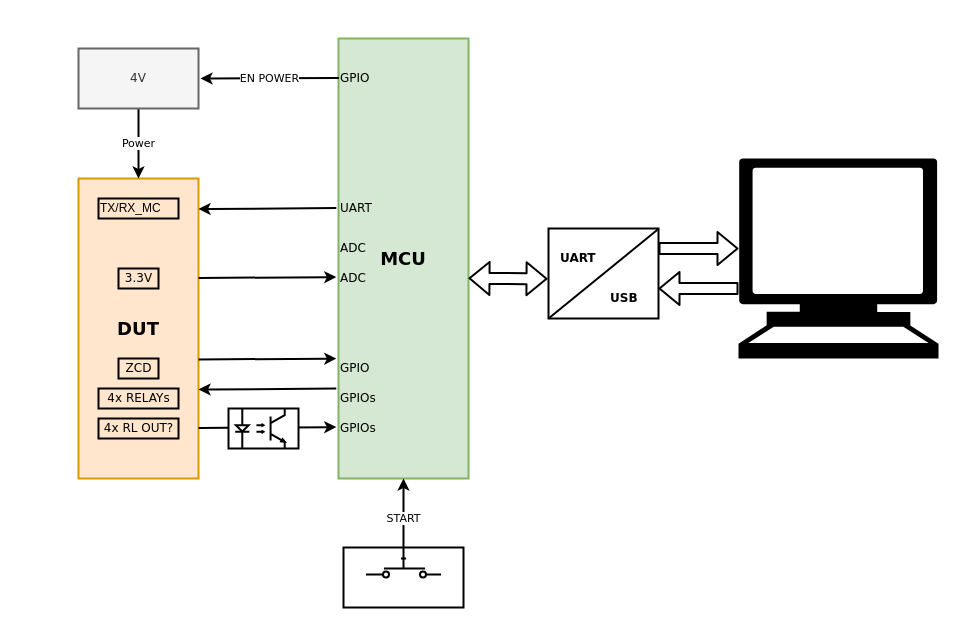
anhvanthe/01_my_drawio keeps this draw.io diagram as Copy of Detail of HW auto test tool.drawio. Above is the earlier version. Source tidied: cells renumbered, new cells numbered last; positions are measured from the earlier drawing's top-left corner, leaving out a move shared by most shapes. Both pictures are drawn from the tidied source at 100%, with x=0, y=0 at pixel (78, 38).
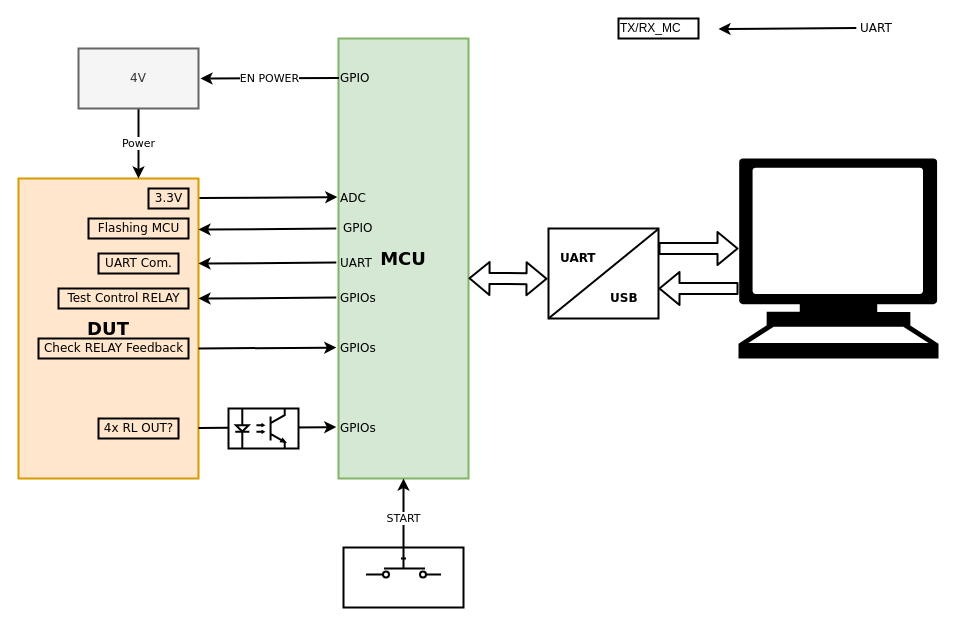
Above is the later version.

The edit, as a diff of the source:
```diff
@@
     <mxCell id="5" value="&lt;font style=&quot;font-size: 18px&quot;&gt;&lt;b&gt;DUT&lt;/b&gt;&lt;/font&gt;" style="rounded=0;whiteSpace=wrap;html=1;fillColor=#ffe6cc;strokeColor=#d79b00;fontFamily=Verdana;strokeWidth=2;" parent="1" vertex="1">
-      <mxGeometry y="140" width="120" height="300" as="geometry" />
+      <mxGeometry x="-60" y="140" width="180" height="300" as="geometry" />
     </mxCell>
     <mxCell id="6" value="UART" style="text;html=1;align=left;verticalAlign=top;spacingTop=-4;fontFamily=Verdana;strokeWidth=2;" parent="1" vertex="1">
-      <mxGeometry x="260" y="160" width="50" height="20" as="geometry" />
+      <mxGeometry x="780" y="-20" width="50" height="20" as="geometry" />
     </mxCell>
     <mxCell id="7" value="ADC" style="text;html=1;align=left;verticalAlign=top;spacingTop=-4;fontFamily=Verdana;strokeWidth=2;" parent="1" vertex="1">
-      <mxGeometry x="260" y="200" width="40" height="20" as="geometry" />
+      <mxGeometry x="260" y="150" width="40" height="20" as="geometry" />
     </mxCell>
     <mxCell id="8" value="3.3V" style="text;html=1;align=center;verticalAlign=top;spacingTop=-4;rounded=0;fillColor=none;strokeColor=#000000;fontFamily=Verdana;strokeWidth=2;" parent="1" vertex="1">
-      <mxGeometry x="40" y="230" width="40" height="20" as="geometry" />
+      <mxGeometry x="70" y="150" width="40" height="20" as="geometry" />
     </mxCell>
     <mxCell id="9" style="endArrow=classic;html=1;entryX=-0.018;entryY=0.342;entryDx=0;entryDy=0;entryPerimeter=0;fontFamily=Verdana;strokeWidth=2;" parent="1" edge="1">
       <mxGeometry relative="1" as="geometry">
-        <mxPoint x="120" y="239.5" as="sourcePoint" />
-        <mxPoint x="257.8" y="238.6" as="targetPoint" />
+        <mxPoint x="121" y="159.5" as="sourcePoint" />
+        <mxPoint x="258.8" y="158.6" as="targetPoint" />
       </mxGeometry>
     </mxCell>
-    <mxCell id="10" value="ADC" style="text;html=1;align=left;verticalAlign=top;spacingTop=-4;fontFamily=Verdana;strokeWidth=2;" parent="1" vertex="1">
-      <mxGeometry x="260" y="230" width="40" height="20" as="geometry" />
-    </mxCell>
-    <mxCell id="11" value="ZCD" style="text;html=1;align=center;verticalAlign=top;spacingTop=-4;rounded=0;fillColor=none;strokeColor=#000000;fontFamily=Verdana;strokeWidth=2;" parent="1" vertex="1">
-      <mxGeometry x="40" y="320" width="40" height="20" as="geometry" />
+    <mxCell id="11" value="Flashing MCU" style="text;html=1;align=center;verticalAlign=top;spacingTop=-4;rounded=0;fillColor=none;strokeColor=#000000;fontFamily=Verdana;strokeWidth=2;" parent="1" vertex="1">
+      <mxGeometry x="10" y="180" width="100" height="20" as="geometry" />
     </mxCell>
     <mxCell id="12" style="endArrow=classic;html=1;entryX=-0.018;entryY=0.342;entryDx=0;entryDy=0;entryPerimeter=0;fontFamily=Verdana;strokeWidth=2;" parent="1" edge="1">
       <mxGeometry relative="1" as="geometry">
-        <mxPoint x="120" y="321" as="sourcePoint" />
-        <mxPoint x="257.8" y="320.1" as="targetPoint" />
+        <mxPoint x="257.8" y="190.1" as="sourcePoint" />
+        <mxPoint x="120" y="191" as="targetPoint" />
       </mxGeometry>
     </mxCell>
     <mxCell id="13" value="GPIO" style="text;html=1;align=left;verticalAlign=top;spacingTop=-4;fontFamily=Verdana;strokeWidth=2;" parent="1" vertex="1">
-      <mxGeometry x="260" y="320" width="50" height="20" as="geometry" />
+      <mxGeometry x="262.5" y="180" width="50" height="20" as="geometry" />
     </mxCell>
-    <mxCell id="14" value="4x RELAYs" style="text;html=1;align=center;verticalAlign=top;spacingTop=-4;rounded=0;fillColor=none;strokeColor=#000000;fontFamily=Verdana;strokeWidth=2;" parent="1" vertex="1">
-      <mxGeometry x="20" y="350" width="80" height="20" as="geometry" />
-    </mxCell>
     <mxCell id="15" style="endArrow=classic;html=1;entryX=-0.018;entryY=0.342;entryDx=0;entryDy=0;entryPerimeter=0;fontFamily=Verdana;strokeWidth=2;" parent="1" edge="1">
       <mxGeometry relative="1" as="geometry">
-        <mxPoint x="257.8" y="350.1" as="sourcePoint" />
-        <mxPoint x="120" y="351" as="targetPoint" />
+        <mxPoint x="257.8" y="224.1" as="sourcePoint" />
+        <mxPoint x="120" y="225" as="targetPoint" />
       </mxGeometry>
     </mxCell>
-    <mxCell id="16" value="GPIOs" style="text;html=1;align=left;verticalAlign=top;spacingTop=-4;fontFamily=Verdana;strokeWidth=2;" parent="1" vertex="1">
-      <mxGeometry x="260" y="350" width="50" height="20" as="geometry" />
+    <mxCell id="16" value="UART" style="text;html=1;align=left;verticalAlign=top;spacingTop=-4;fontFamily=Verdana;strokeWidth=2;" parent="1" vertex="1">
+      <mxGeometry x="260" y="215" width="50" height="20" as="geometry" />
     </mxCell>
@@
     <mxCell id="34" style="endArrow=classic;html=1;entryX=-0.018;entryY=0.342;entryDx=0;entryDy=0;entryPerimeter=0;fontFamily=Verdana;strokeWidth=2;" parent="1" edge="1">
       <mxGeometry relative="1" as="geometry">
-        <mxPoint x="257.8" y="169.6" as="sourcePoint" />
-        <mxPoint x="120" y="170.5" as="targetPoint" />
+        <mxPoint x="777.8" y="-10.4" as="sourcePoint" />
+        <mxPoint x="640" y="-9.5" as="targetPoint" />
       </mxGeometry>
     </mxCell>
     <mxCell id="35" value="TX/RX_MC" style="text;html=1;align=left;verticalAlign=top;spacingTop=-4;strokeColor=#000000;strokeWidth=2;" parent="1" vertex="1">
-      <mxGeometry x="20" y="160" width="80" height="20" as="geometry" />
+      <mxGeometry x="540" y="-20" width="80" height="20" as="geometry" />
     </mxCell>
+    <mxCell id="36" value="Test Control RELAY" style="text;html=1;align=center;verticalAlign=top;spacingTop=-4;rounded=0;fillColor=none;strokeColor=#000000;fontFamily=Verdana;strokeWidth=2;" parent="1" vertex="1">
+      <mxGeometry x="-20" y="250" width="130" height="20" as="geometry" />
+    </mxCell>
+    <mxCell id="37" style="endArrow=classic;html=1;entryX=-0.018;entryY=0.342;entryDx=0;entryDy=0;entryPerimeter=0;fontFamily=Verdana;strokeWidth=2;" parent="1" edge="1">
+      <mxGeometry relative="1" as="geometry">
+        <mxPoint x="257.8" y="259.1" as="sourcePoint" />
+        <mxPoint x="120" y="260" as="targetPoint" />
+      </mxGeometry>
+    </mxCell>
+    <mxCell id="38" value="GPIOs" style="text;html=1;align=left;verticalAlign=top;spacingTop=-4;fontFamily=Verdana;strokeWidth=2;" parent="1" vertex="1">
+      <mxGeometry x="260" y="250" width="50" height="20" as="geometry" />
+    </mxCell>
+    <mxCell id="39" value="Check RELAY Feedback" style="text;html=1;align=center;verticalAlign=top;spacingTop=-4;rounded=0;fillColor=none;strokeColor=#000000;fontFamily=Verdana;strokeWidth=2;" parent="1" vertex="1">
+      <mxGeometry x="-40" y="300" width="150" height="20" as="geometry" />
+    </mxCell>
+    <mxCell id="40" style="endArrow=classic;html=1;entryX=-0.018;entryY=0.342;entryDx=0;entryDy=0;entryPerimeter=0;fontFamily=Verdana;strokeWidth=2;" parent="1" edge="1">
+      <mxGeometry relative="1" as="geometry">
+        <mxPoint x="120" y="310" as="sourcePoint" />
+        <mxPoint x="257.8" y="309.1" as="targetPoint" />
+      </mxGeometry>
+    </mxCell>
+    <mxCell id="41" value="GPIOs" style="text;html=1;align=left;verticalAlign=top;spacingTop=-4;fontFamily=Verdana;strokeWidth=2;" parent="1" vertex="1">
+      <mxGeometry x="260" y="300" width="50" height="20" as="geometry" />
+    </mxCell>
+    <mxCell id="42" value="UART Com." style="text;html=1;align=center;verticalAlign=top;spacingTop=-4;rounded=0;fillColor=none;strokeColor=#000000;fontFamily=Verdana;strokeWidth=2;" parent="1" vertex="1">
+      <mxGeometry x="20" y="215" width="80" height="20" as="geometry" />
+    </mxCell>
```
